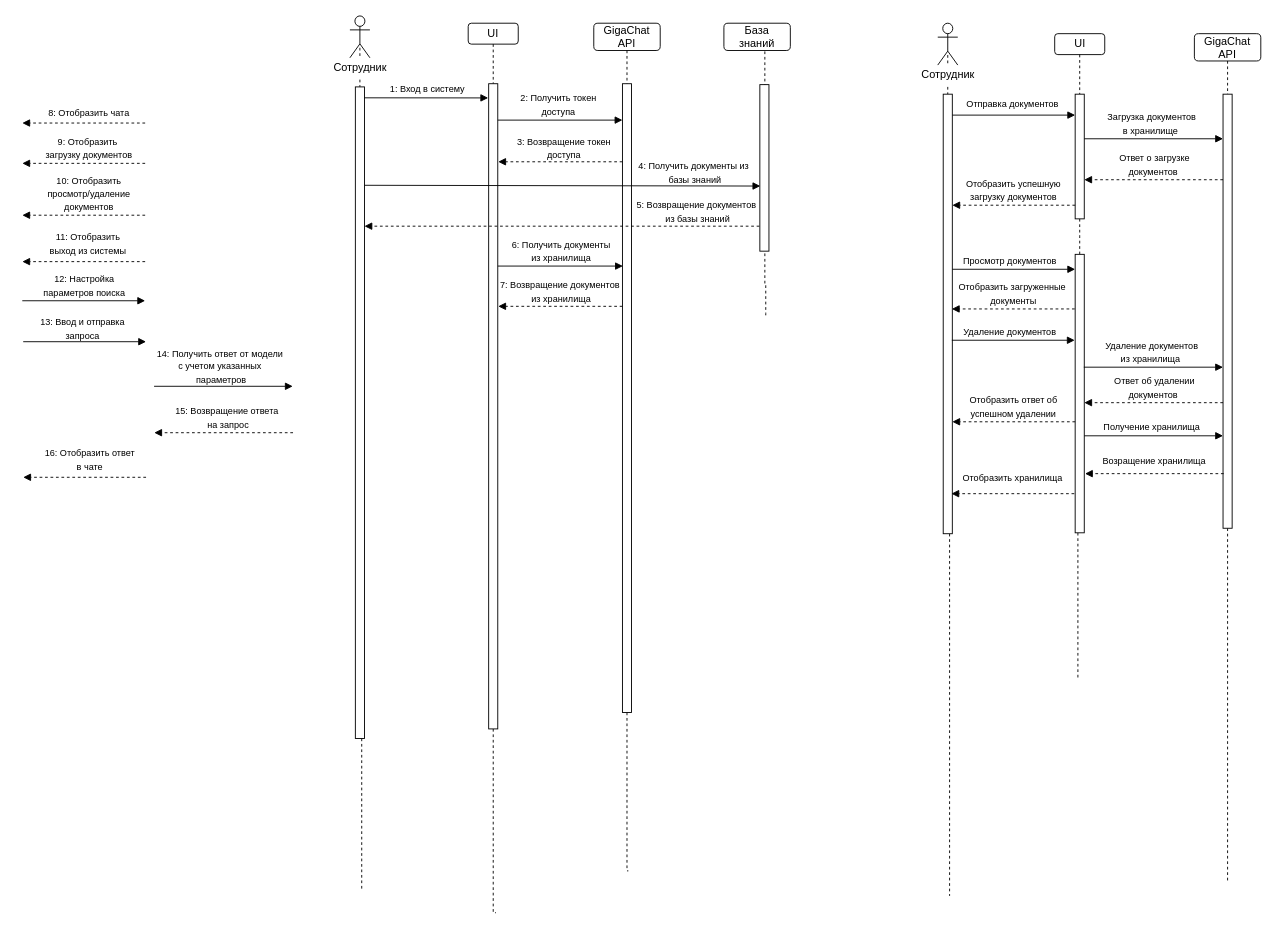
Earlier version of the draw.io diagram page "последовательности" (2 of 2) of 4 FOURTH COURSE/Semester 8/Диплом/Диаграмма без названия.drawio (egorbeckish/Baccalaureate). Source tidied: cells renumbered, new cells numbered last; positions are measured from the earlier drawing's top-left corner, leaving out a move shared by most shapes. Both pictures are drawn from the tidied source at 91%, with x=0, y=0 at pixel (22, 15).
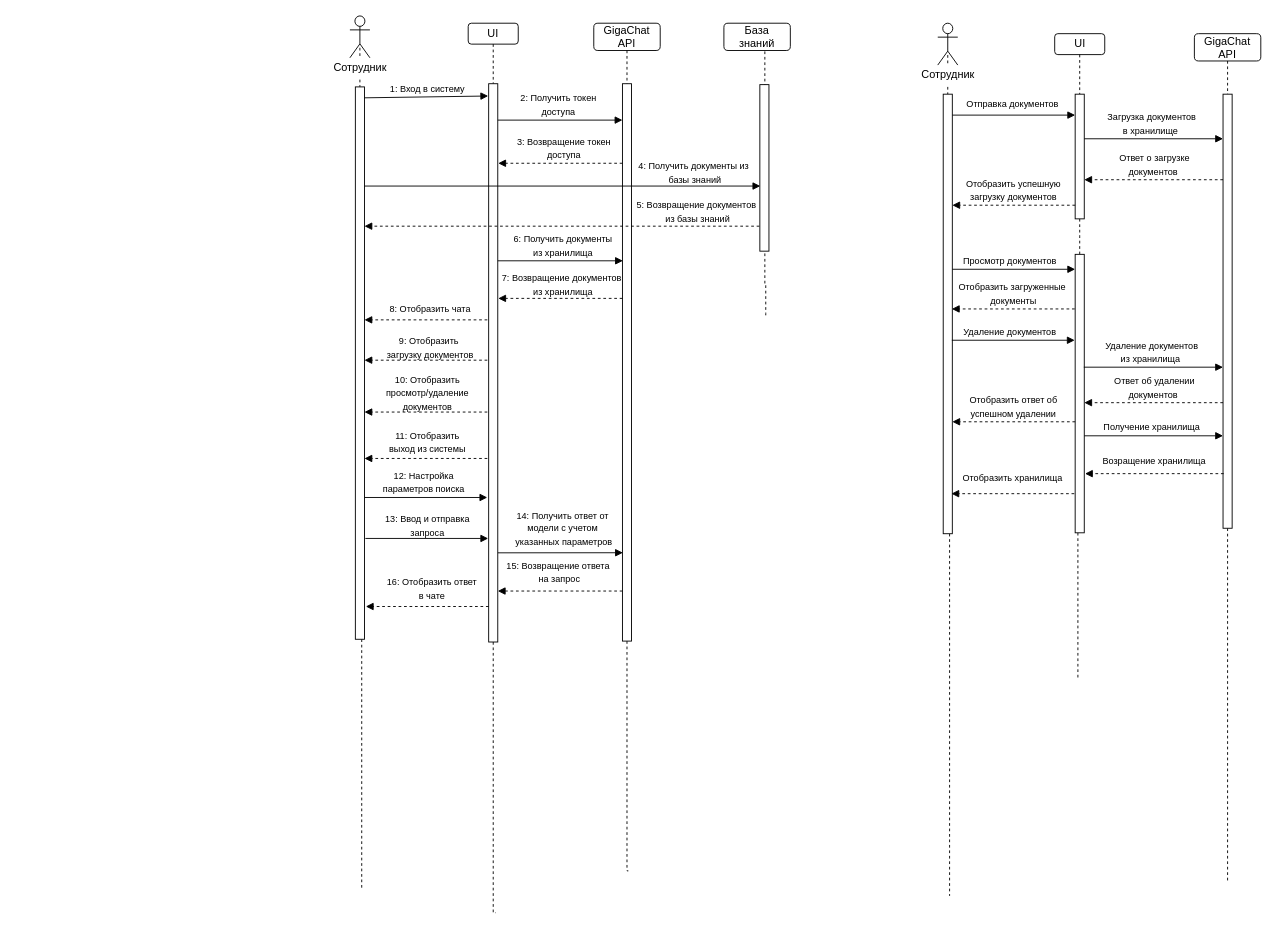
The same page after the edit.

The change refers to these unchanged cells:
```xml
<mxCell id="89" style="html=1;points=[[0,0,0,0,5],[0,1,0,0,-5],[1,0,0,0,5],[1,1,0,0,-5]];perimeter=orthogonalPerimeter;outlineConnect=0;targetShapes=umlLifeline;portConstraint=eastwest;newEdgeStyle={&quot;curved&quot;:0,&quot;rounded&quot;:0};" parent="1" vertex="1">
  <mxGeometry x="810.5" y="75.5" width="10" height="183" as="geometry" />
</mxCell>
```

Diff of the diagram source:
```diff
@@
     <mxCell id="11" style="html=1;points=[[0,0,0,0,5],[0,1,0,0,-5],[1,0,0,0,5],[1,1,0,0,-5]];perimeter=orthogonalPerimeter;outlineConnect=0;targetShapes=umlLifeline;portConstraint=eastwest;newEdgeStyle={&quot;curved&quot;:0,&quot;rounded&quot;:0};" parent="1" vertex="1">
-      <mxGeometry x="366" y="78" width="10" height="716" as="geometry" />
+      <mxGeometry x="366" y="78" width="10" height="607" as="geometry" />
     </mxCell>
@@
     <mxCell id="13" style="html=1;points=[[0,0,0,0,5],[0,1,0,0,-5],[1,0,0,0,5],[1,1,0,0,-5]];perimeter=orthogonalPerimeter;outlineConnect=0;targetShapes=umlLifeline;portConstraint=eastwest;newEdgeStyle={&quot;curved&quot;:0,&quot;rounded&quot;:0};" parent="1" vertex="1">
-      <mxGeometry x="512.5" y="74.5" width="10" height="709" as="geometry" />
+      <mxGeometry x="512.5" y="74.5" width="10" height="613.5" as="geometry" />
     </mxCell>
@@
     <mxCell id="15" style="html=1;points=[[0,0,0,0,5],[0,1,0,0,-5],[1,0,0,0,5],[1,1,0,0,-5]];perimeter=orthogonalPerimeter;outlineConnect=0;targetShapes=umlLifeline;portConstraint=eastwest;newEdgeStyle={&quot;curved&quot;:0,&quot;rounded&quot;:0};" parent="1" vertex="1">
-      <mxGeometry x="659.5" y="74.5" width="10" height="691" as="geometry" />
+      <mxGeometry x="659.5" y="74.5" width="10" height="612.5" as="geometry" />
     </mxCell>
@@
-    <mxCell id="18" style="endArrow=block;html=1;rounded=0;endFill=1;dashed=1;entryX=1.05;entryY=0.121;entryDx=0;entryDy=0;entryPerimeter=0;" parent="1" edge="1" source="15" target="13">
-      <mxGeometry relative="1" as="geometry" />
+    <mxCell id="18" style="endArrow=block;html=1;rounded=0;endFill=1;dashed=1;entryX=1.05;entryY=0.121;entryDx=0;entryDy=0;entryPerimeter=0;" parent="1" edge="1">
+      <mxGeometry relative="1" as="geometry">
+        <mxPoint x="659.5" y="161.9" as="sourcePoint" />
+        <mxPoint x="523" y="161.9" as="targetPoint" />
+      </mxGeometry>
     </mxCell>
@@
     <mxCell id="22" style="endArrow=block;html=1;rounded=0;endFill=1;dashed=1;entryX=1;entryY=0.351;entryDx=0;entryDy=0;entryPerimeter=0;" parent="1" edge="1">
       <mxGeometry relative="1" as="geometry">
-        <mxPoint x="135" y="117.7" as="sourcePoint" />
-        <mxPoint y="117.7" as="targetPoint" />
+        <mxPoint x="511" y="334" as="sourcePoint" />
+        <mxPoint x="376" y="334" as="targetPoint" />
       </mxGeometry>
     </mxCell>
     <mxCell id="23" value="&lt;font style=&quot;font-size: 10px;&quot;&gt;8: Отобразить чата&lt;/font&gt;" style="text;html=1;align=center;verticalAlign=middle;strokeColor=none;fillColor=none;" parent="1" vertex="1">
-      <mxGeometry x="19" y="93" width="107" height="26" as="geometry" />
+      <mxGeometry x="394.5" y="309" width="107" height="26" as="geometry" />
     </mxCell>
     <mxCell id="24" style="endArrow=block;html=1;rounded=0;endFill=1;dashed=1;entryX=1;entryY=0.351;entryDx=0;entryDy=0;entryPerimeter=0;" parent="1" edge="1">
       <mxGeometry relative="1" as="geometry">
-        <mxPoint x="135" y="162" as="sourcePoint" />
-        <mxPoint y="162" as="targetPoint" />
+        <mxPoint x="511" y="378.3" as="sourcePoint" />
+        <mxPoint x="376" y="378.3" as="targetPoint" />
       </mxGeometry>
     </mxCell>
     <mxCell id="25" value="&lt;font style=&quot;font-size: 10px;&quot;&gt;9: Отобразить&amp;nbsp;&lt;/font&gt;&lt;div&gt;&lt;font style=&quot;font-size: 10px;&quot;&gt;загрузку документов&lt;/font&gt;&lt;/div&gt;" style="text;html=1;align=center;verticalAlign=middle;strokeColor=none;fillColor=none;" parent="1" vertex="1">
-      <mxGeometry x="16" y="124" width="113" height="41" as="geometry" />
+      <mxGeometry x="391.5" y="343" width="113" height="41" as="geometry" />
     </mxCell>
     <mxCell id="26" style="endArrow=block;html=1;rounded=0;endFill=1;dashed=1;entryX=1;entryY=0.351;entryDx=0;entryDy=0;entryPerimeter=0;" parent="1" edge="1">
       <mxGeometry relative="1" as="geometry">
-        <mxPoint x="135" y="219" as="sourcePoint" />
-        <mxPoint y="219" as="targetPoint" />
+        <mxPoint x="511" y="435.3" as="sourcePoint" />
+        <mxPoint x="376" y="435.3" as="targetPoint" />
       </mxGeometry>
     </mxCell>
     <mxCell id="27" value="&lt;font style=&quot;font-size: 10px;&quot;&gt;10: Отобразить&lt;/font&gt;&lt;div&gt;&lt;font style=&quot;font-size: 10px;&quot;&gt;просмотр/удаление&lt;/font&gt;&lt;/div&gt;&lt;div&gt;&lt;font style=&quot;font-size: 10px;&quot;&gt;документов&lt;/font&gt;&lt;/div&gt;" style="text;html=1;align=center;verticalAlign=middle;strokeColor=none;fillColor=none;" parent="1" vertex="1">
-      <mxGeometry x="18" y="167" width="109" height="55" as="geometry" />
+      <mxGeometry x="390" y="386.5" width="109" height="55" as="geometry" />
     </mxCell>
     <mxCell id="28" style="endArrow=block;html=1;rounded=0;endFill=1;dashed=1;entryX=1;entryY=0.351;entryDx=0;entryDy=0;entryPerimeter=0;" parent="1" edge="1">
       <mxGeometry relative="1" as="geometry">
-        <mxPoint x="135" y="270" as="sourcePoint" />
-        <mxPoint y="270" as="targetPoint" />
+        <mxPoint x="511" y="486.3" as="sourcePoint" />
+        <mxPoint x="376" y="486.3" as="targetPoint" />
       </mxGeometry>
     </mxCell>
     <mxCell id="29" value="&lt;font style=&quot;font-size: 10px;&quot;&gt;11: Отобразить&lt;/font&gt;&lt;div&gt;&lt;font style=&quot;font-size: 10px;&quot;&gt;выход из системы&lt;/font&gt;&lt;/div&gt;" style="text;html=1;align=center;verticalAlign=middle;strokeColor=none;fillColor=none;" parent="1" vertex="1">
-      <mxGeometry x="21" y="229" width="102" height="41" as="geometry" />
+      <mxGeometry x="393.5" y="447" width="102" height="41" as="geometry" />
     </mxCell>
-    <mxCell id="30" style="endArrow=block;html=1;rounded=0;endFill=1;entryX=0.05;entryY=0.29;entryDx=0;entryDy=0;entryPerimeter=0;" parent="1" edge="1" source="13" target="15">
-      <mxGeometry relative="1" as="geometry" />
+    <mxCell id="30" style="endArrow=block;html=1;rounded=0;endFill=1;entryX=0.05;entryY=0.29;entryDx=0;entryDy=0;entryPerimeter=0;" parent="1" edge="1">
+      <mxGeometry relative="1" as="geometry">
+        <mxPoint x="522.5" y="269.1" as="sourcePoint" />
+        <mxPoint x="660" y="269.1" as="targetPoint" />
+      </mxGeometry>
     </mxCell>
     <mxCell id="31" value="&lt;font style=&quot;font-size: 10px;&quot;&gt;6: Получить&amp;nbsp;&lt;/font&gt;&lt;span style=&quot;font-size: 10px; background-color: transparent; color: light-dark(rgb(0, 0, 0), rgb(255, 255, 255));&quot;&gt;документы&lt;/span&gt;&lt;div&gt;&lt;span style=&quot;font-size: 10px; background-color: transparent; color: light-dark(rgb(0, 0, 0), rgb(255, 255, 255));&quot;&gt;из хранилища&lt;/span&gt;&lt;/div&gt;" style="text;html=1;align=center;verticalAlign=middle;strokeColor=none;fillColor=none;" parent="1" vertex="1">
-      <mxGeometry x="529" y="237" width="126" height="41" as="geometry" />
+      <mxGeometry x="530.5" y="231" width="126" height="41" as="geometry" />
     </mxCell>
-    <mxCell id="32" style="endArrow=block;html=1;rounded=0;endFill=1;dashed=1;entryX=1.05;entryY=0.345;entryDx=0;entryDy=0;entryPerimeter=0;" parent="1" edge="1" source="15" target="13">
-      <mxGeometry relative="1" as="geometry" />
+    <mxCell id="32" style="endArrow=block;html=1;rounded=0;endFill=1;dashed=1;entryX=1.05;entryY=0.345;entryDx=0;entryDy=0;entryPerimeter=0;" parent="1" edge="1">
+      <mxGeometry relative="1" as="geometry">
+        <mxPoint x="659.5" y="310.4" as="sourcePoint" />
+        <mxPoint x="523" y="310.4" as="targetPoint" />
+      </mxGeometry>
     </mxCell>
     <mxCell id="33" value="&lt;font style=&quot;font-size: 10px;&quot;&gt;7: Возвращение документов&amp;nbsp;&lt;/font&gt;&lt;div&gt;&lt;font style=&quot;font-size: 10px;&quot;&gt;из хранилища&lt;/font&gt;&lt;/div&gt;" style="text;html=1;align=center;verticalAlign=middle;strokeColor=none;fillColor=none;" parent="1" vertex="1">
-      <mxGeometry x="516" y="282" width="152" height="41" as="geometry" />
+      <mxGeometry x="517.5" y="274" width="152" height="41" as="geometry" />
     </mxCell>
     <mxCell id="34" style="endArrow=block;html=1;rounded=0;endFill=1;entryX=0;entryY=0.071;entryDx=0;entryDy=0;entryPerimeter=0;" parent="1" edge="1">
       <mxGeometry relative="1" as="geometry">
-        <mxPoint y="313" as="sourcePoint" />
-        <mxPoint x="135" y="313" as="targetPoint" />
+        <mxPoint x="376" y="529.2" as="sourcePoint" />
+        <mxPoint x="511" y="529.2" as="targetPoint" />
       </mxGeometry>
     </mxCell>
     <mxCell id="35" value="&lt;font style=&quot;font-size: 10px;&quot;&gt;12: Настройка&lt;/font&gt;&lt;div&gt;&lt;font style=&quot;font-size: 10px;&quot;&gt;параметров поиска&lt;/font&gt;&lt;/div&gt;" style="text;html=1;align=center;verticalAlign=middle;strokeColor=none;fillColor=none;" parent="1" vertex="1">
-      <mxGeometry x="13.5" y="275" width="108" height="41" as="geometry" />
+      <mxGeometry x="386.5" y="491" width="108" height="41" as="geometry" />
     </mxCell>
     <mxCell id="36" style="endArrow=block;html=1;rounded=0;endFill=1;entryX=0;entryY=0.071;entryDx=0;entryDy=0;entryPerimeter=0;" parent="1" edge="1">
       <mxGeometry relative="1" as="geometry">
-        <mxPoint x="1" y="358" as="sourcePoint" />
-        <mxPoint x="136" y="358" as="targetPoint" />
+        <mxPoint x="377" y="574.2" as="sourcePoint" />
+        <mxPoint x="512" y="574.2" as="targetPoint" />
       </mxGeometry>
     </mxCell>
     <mxCell id="37" value="&lt;font style=&quot;font-size: 10px;&quot;&gt;13: Ввод и отправка&lt;/font&gt;&lt;div&gt;&lt;font style=&quot;font-size: 10px;&quot;&gt;запроса&lt;/font&gt;&lt;/div&gt;" style="text;html=1;align=center;verticalAlign=middle;strokeColor=none;fillColor=none;" parent="1" vertex="1">
-      <mxGeometry x="10.5" y="322" width="111" height="41" as="geometry" />
+      <mxGeometry x="389" y="539" width="111" height="41" as="geometry" />
     </mxCell>
-    <mxCell id="38" style="endArrow=block;html=1;rounded=0;endFill=1;" parent="1" edge="1">
+    <mxCell id="38" style="endArrow=block;html=1;rounded=0;endFill=1;entryX=0.05;entryY=0.824;entryDx=0;entryDy=0;entryPerimeter=0;" parent="1" edge="1">
       <mxGeometry relative="1" as="geometry">
-        <mxPoint x="144.8" y="407" as="sourcePoint" />
-        <mxPoint x="297.2" y="407" as="targetPoint" />
+        <mxPoint x="522.6" y="590" as="sourcePoint" />
+        <mxPoint x="660" y="589.9" as="targetPoint" />
       </mxGeometry>
     </mxCell>
-    <mxCell id="39" value="&lt;font style=&quot;font-size: 10px;&quot;&gt;14: Получить ответ от модели&lt;/font&gt;&lt;div&gt;&lt;font style=&quot;font-size: 10px;&quot;&gt;с учетом указанных&lt;/font&gt;&lt;/div&gt;&lt;div&gt;&lt;font style=&quot;font-size: 10px;&quot;&gt;&amp;nbsp;параметров&lt;/font&gt;&lt;/div&gt;" style="text;html=1;align=center;verticalAlign=middle;strokeColor=none;fillColor=none;" parent="1" vertex="1">
-      <mxGeometry x="138" y="357" width="157" height="55" as="geometry" />
+    <mxCell id="39" value="&lt;font style=&quot;font-size: 10px;&quot;&gt;14: Получить ответ от&amp;nbsp;&lt;/font&gt;&lt;div&gt;&lt;font style=&quot;font-size: 10px;&quot;&gt;модели&amp;nbsp;&lt;/font&gt;&lt;span style=&quot;font-size: 10px; background-color: transparent; color: light-dark(rgb(0, 0, 0), rgb(255, 255, 255));&quot;&gt;с учетом&amp;nbsp;&lt;/span&gt;&lt;/div&gt;&lt;div&gt;&lt;span style=&quot;font-size: 10px; background-color: transparent; color: light-dark(rgb(0, 0, 0), rgb(255, 255, 255));&quot;&gt;указанных&lt;/span&gt;&lt;span style=&quot;font-size: 10px; background-color: transparent; color: light-dark(rgb(0, 0, 0), rgb(255, 255, 255));&quot;&gt;&amp;nbsp;параметров&lt;/span&gt;&lt;/div&gt;" style="text;html=1;align=center;verticalAlign=middle;strokeColor=none;fillColor=none;" parent="1" vertex="1">
+      <mxGeometry x="533" y="535" width="124" height="55" as="geometry" />
     </mxCell>
     <mxCell id="40" style="endArrow=block;html=1;rounded=0;endFill=1;dashed=1;" parent="1" edge="1">
       <mxGeometry relative="1" as="geometry">
-        <mxPoint x="297.5" y="458" as="sourcePoint" />
-        <mxPoint x="145" y="458" as="targetPoint" />
+        <mxPoint x="659.5" y="632" as="sourcePoint" />
+        <mxPoint x="522.5" y="632" as="targetPoint" />
       </mxGeometry>
     </mxCell>
     <mxCell id="41" value="&lt;font style=&quot;font-size: 10px;&quot;&gt;15: Возвращение ответа&amp;nbsp;&lt;/font&gt;&lt;div&gt;&lt;font style=&quot;font-size: 10px;&quot;&gt;на запрос&lt;/font&gt;&lt;/div&gt;" style="text;html=1;align=center;verticalAlign=middle;strokeColor=none;fillColor=none;" parent="1" vertex="1">
-      <mxGeometry x="159" y="420" width="134" height="41" as="geometry" />
+      <mxGeometry x="523" y="590" width="134" height="41" as="geometry" />
     </mxCell>
     <mxCell id="42" style="endArrow=block;html=1;rounded=0;endFill=1;dashed=1;entryX=1;entryY=0.351;entryDx=0;entryDy=0;entryPerimeter=0;" parent="1" edge="1">
       <mxGeometry relative="1" as="geometry">
-        <mxPoint x="136" y="507" as="sourcePoint" />
-        <mxPoint x="1" y="507" as="targetPoint" />
+        <mxPoint x="512.5" y="649" as="sourcePoint" />
+        <mxPoint x="377.5" y="649" as="targetPoint" />
       </mxGeometry>
     </mxCell>
     <mxCell id="43" value="&lt;font style=&quot;font-size: 10px;&quot;&gt;16: Отобразить ответ&lt;/font&gt;&lt;div&gt;&lt;font style=&quot;font-size: 10px;&quot;&gt;в чате&lt;/font&gt;&lt;/div&gt;" style="text;html=1;align=center;verticalAlign=middle;strokeColor=none;fillColor=none;" parent="1" vertex="1">
-      <mxGeometry x="15" y="466" width="117" height="41" as="geometry" />
+      <mxGeometry x="391.5" y="608" width="117" height="41" as="geometry" />
     </mxCell>
@@
-    <mxCell id="90" style="endArrow=block;html=1;rounded=0;endFill=1;exitX=1;exitY=0.151;exitDx=0;exitDy=0;exitPerimeter=0;entryX=0.05;entryY=0.609;entryDx=0;entryDy=0;entryPerimeter=0;" parent="1" edge="1" source="11" target="89">
+    <mxCell id="90" style="endArrow=block;html=1;rounded=0;endFill=1;entryX=0.05;entryY=0.609;entryDx=0;entryDy=0;entryPerimeter=0;" parent="1" edge="1" source="11" target="89">
       <mxGeometry relative="1" as="geometry" />
     </mxCell>
```
